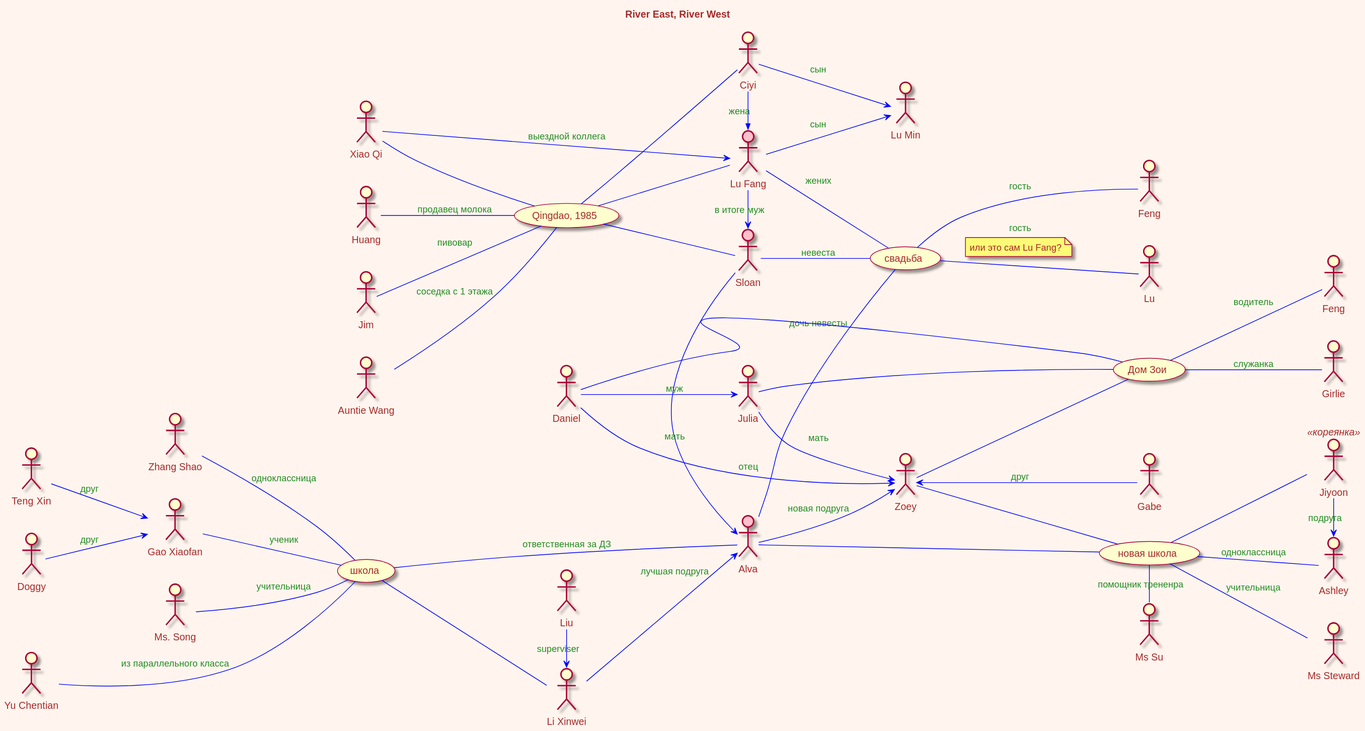
Before: River East, River West/river-River_East__River_West.svg, a diagram exported from PlantUML (olek3/reading).
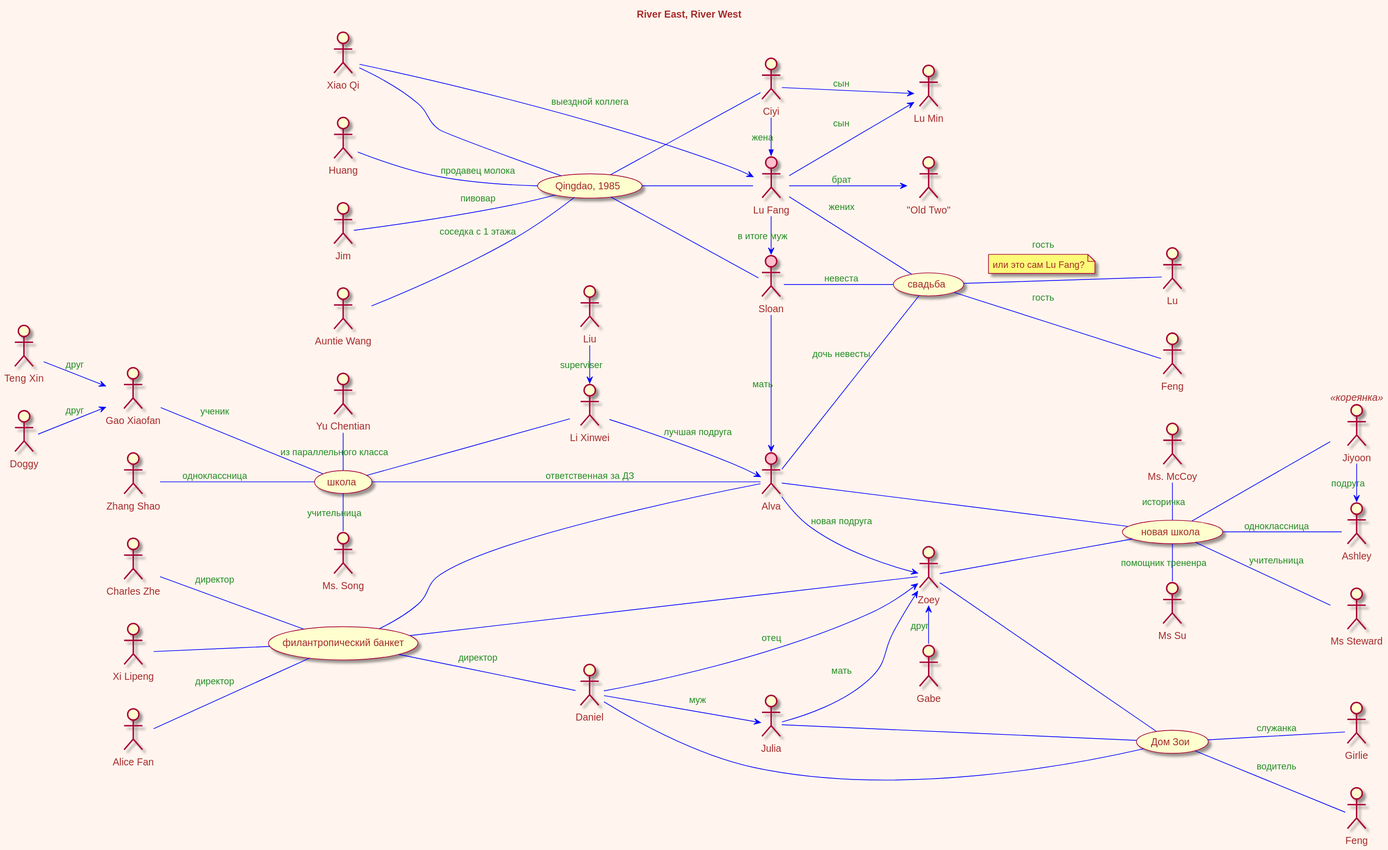
Above is the later version.

Commit message:
банкет и новый год

Change to the diagram source:
```diff
@@ -51,7 +51,7 @@
 
 Liu -> Li : superviser
 
-Song -- (школа) : учительница
+(школа) - Song  : учительница
 
 Gao -- (школа) : ученик
 
@@ -85,7 +85,7 @@
 Qi -> Fang : выездной коллега
 Wang -- Qingdao : соседка с 1 этажа
 
-Yu --- (школа) : из параллельного класса
+Yu - (школа) : из параллельного класса
 
 Jim -- Qingdao : пивовар
 
@@ -138,9 +138,24 @@
 
 :Gabe: as Gabe
 
-Zoey <-- Gabe : друг
+Zoey <- Gabe : друг
 
 :Ms Su: as Su
 
 new_school - Su : помощник трененра
+
+(филантропический банкет) as banquet
+
+banquet -- Daniel : директор
+banquet - Alva
+banquet -- Zoey
+
+:Charles Zhe: -- banquet : директор
+:Xi Lipeng: as Lily
+Lily -- banquet
+:Alice Fan: -- banquet : директор
+
+:Ms. McCoy: - new_school : историчка
+
+Fang --> :"Old Two": : брат
 @enduml
```
